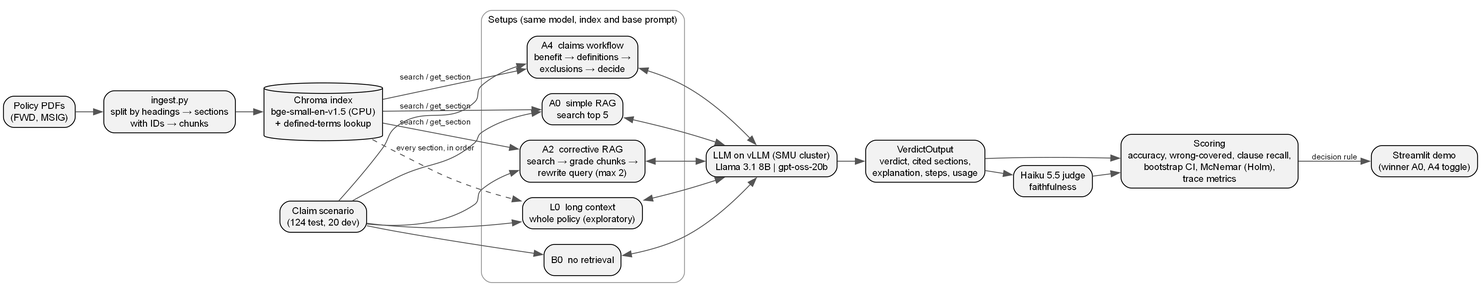
This is docs/figures/architecture.png from yezhan58-oss/insurance_policy_checker-rag, a Graphviz export, as it was before one commit. Its source is kept beside it as docs/figures/architecture.dot. Source of this version:
```dot
digraph G {
  rankdir=LR; nodesep=0.25; ranksep=0.45;
  node [shape=box, style="rounded,filled", fillcolor="#f2f2f2", fontname="Helvetica", fontsize=11];
  edge [fontname="Helvetica", fontsize=9, color="#555555"];

  pdf   [label="Policy PDFs\n(FWD, MSIG)"];
  ingest[label="ingest.py\nsplit by headings → sections\nwith IDs → chunks"];
  index [label="Chroma index\nbge-small-en-v1.5 (CPU)\n+ defined-terms lookup", shape=cylinder];
  scen  [label="Claim scenario\n(124 test, 20 dev)"];

  subgraph cluster_setups {
    label="Setups (same model, index and base prompt)"; fontname="Helvetica"; fontsize=11; style="rounded"; color="#999999";
    B0 [label="B0  no retrieval"];
    A0 [label="A0  simple RAG\nsearch top 5"];
    A2 [label="A2  corrective RAG\nsearch → grade chunks →\nrewrite query (max 2)"];
    A4 [label="A4  claims workflow\nbenefit → definitions →\nexclusions → decide"];
    L0 [label="L0  long context\nwhole policy (exploratory)"];
  }

  llm   [label="LLM on vLLM (SMU cluster)\nLlama 3.1 8B | gpt-oss-20b"];
  out   [label="VerdictOutput\nverdict, cited sections,\nexplanation, steps, usage"];
  score [label="Scoring\naccuracy, wrong-covered, clause recall,\nbootstrap CI, McNemar (Holm),\ntrace metrics"];
  judge [label="Haiku 5.5 judge\nfaithfulness"];
  demo  [label="Streamlit demo\n(winner A0, A4 toggle)"];

  pdf -> ingest -> index;
  scen -> {B0 A0 A2 A4 L0};
  index -> {A0 A2 A4} [label="search / get_section"];
  index -> L0 [style=dashed, label="every section, in order"];
  {B0 A0 A2 A4 L0} -> llm [dir=both];
  llm -> out;
  out -> score; out -> judge -> score;
  score -> demo [label="decision rule"];
}
```
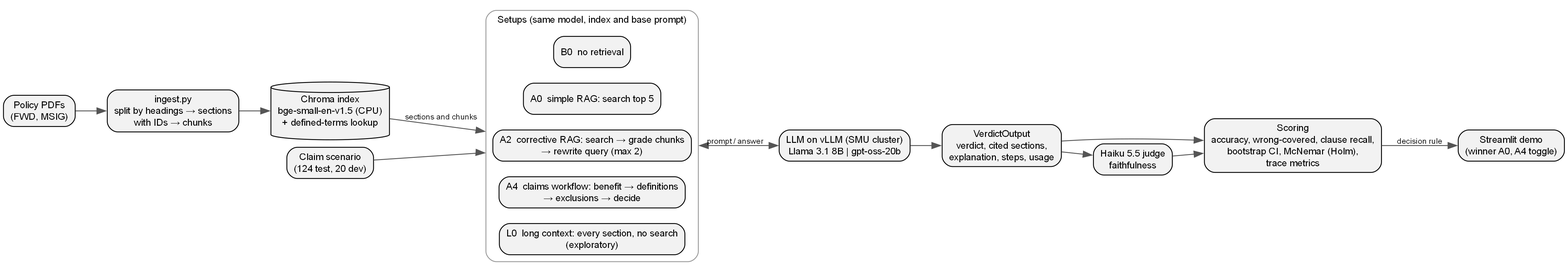
The same file after the commit.

Commit message:
docs: architecture diagram, one edge per stage instead of crossing per-setup edges

Change to the diagram source:
```diff
@@ -1,5 +1,5 @@
 digraph G {
-  rankdir=LR; nodesep=0.25; ranksep=0.45;
+  rankdir=LR; nodesep=0.12; ranksep=0.5; compound=true;
   node [shape=box, style="rounded,filled", fillcolor="#f2f2f2", fontname="Helvetica", fontsize=11];
   edge [fontname="Helvetica", fontsize=9, color="#555555"];
 
@@ -8,13 +8,15 @@
   index [label="Chroma index\nbge-small-en-v1.5 (CPU)\n+ defined-terms lookup", shape=cylinder];
   scen  [label="Claim scenario\n(124 test, 20 dev)"];
 
+
   subgraph cluster_setups {
     label="Setups (same model, index and base prompt)"; fontname="Helvetica"; fontsize=11; style="rounded"; color="#999999";
     B0 [label="B0  no retrieval"];
-    A0 [label="A0  simple RAG\nsearch top 5"];
-    A2 [label="A2  corrective RAG\nsearch → grade chunks →\nrewrite query (max 2)"];
-    A4 [label="A4  claims workflow\nbenefit → definitions →\nexclusions → decide"];
-    L0 [label="L0  long context\nwhole policy (exploratory)"];
+    A0 [label="A0  simple RAG: search top 5"];
+    A2 [label="A2  corrective RAG: search → grade chunks\n→ rewrite query (max 2)"];
+    A4 [label="A4  claims workflow: benefit → definitions\n→ exclusions → decide"];
+    L0 [label="L0  long context: every section, no search\n(exploratory)"];
+    { rank=same; L0 -> A4 -> A2 -> A0 -> B0 [style=invis]; }
   }
 
   llm   [label="LLM on vLLM (SMU cluster)\nLlama 3.1 8B | gpt-oss-20b"];
@@ -24,10 +26,9 @@
   demo  [label="Streamlit demo\n(winner A0, A4 toggle)"];
 
   pdf -> ingest -> index;
-  scen -> {B0 A0 A2 A4 L0};
-  index -> {A0 A2 A4} [label="search / get_section"];
-  index -> L0 [style=dashed, label="every section, in order"];
-  {B0 A0 A2 A4 L0} -> llm [dir=both];
+  index -> A2 [lhead=cluster_setups, label="sections and chunks"];
+  scen  -> A2 [lhead=cluster_setups];
+  A2 -> llm [ltail=cluster_setups, dir=both, label="prompt / answer"];
   llm -> out;
   out -> score; out -> judge -> score;
   score -> demo [label="decision rule"];
```
